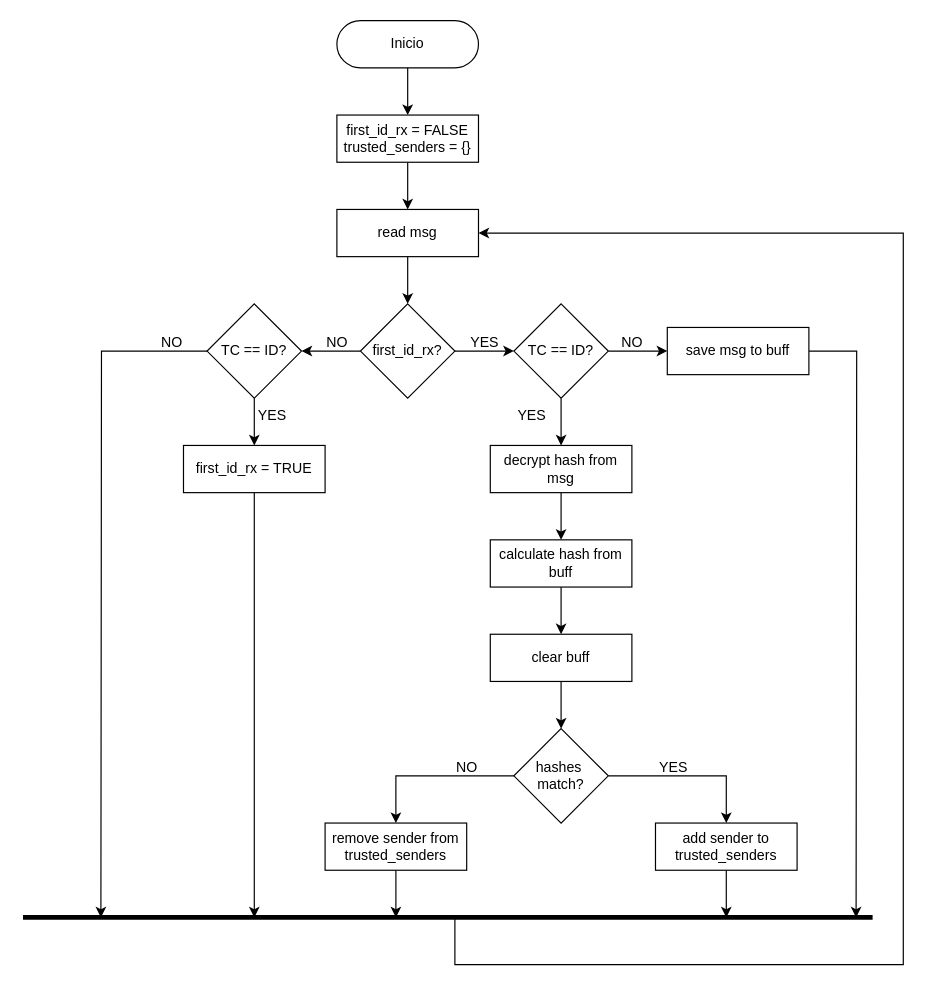
This is adsb-rx.drawio from fgonzalezd/ipa-adsb, a draw.io file, before an edit. Source tidied: cells renumbered, new cells numbered last; positions are measured from the earlier drawing's top-left corner, leaving out a move shared by most shapes. Both pictures are drawn from the tidied source at 118%, with x=0, y=0 at pixel (22, 20).
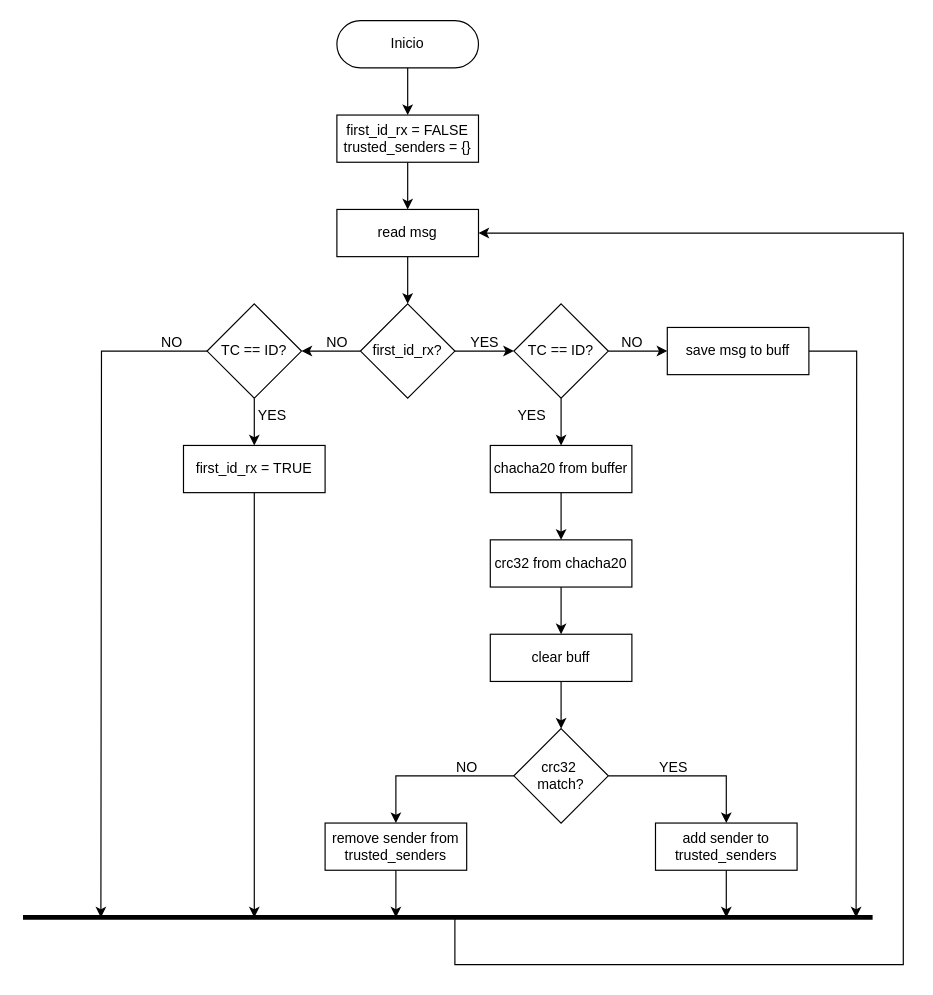
After the change.

What changed in the source:
```diff
@@
-    <mxCell id="30" value="decrypt hash from msg" style="whiteSpace=wrap;html=1;" parent="1" vertex="1">
+    <mxCell id="30" value="chacha20 from buffer" style="whiteSpace=wrap;html=1;" parent="1" vertex="1">
       <mxGeometry x="396" y="360" width="120" height="40" as="geometry" />
     </mxCell>
@@
-    <mxCell id="32" value="calculate hash from buff" style="whiteSpace=wrap;html=1;" parent="1" vertex="1">
+    <mxCell id="32" value="crc32 from chacha20" style="whiteSpace=wrap;html=1;" parent="1" vertex="1">
       <mxGeometry x="396" y="440" width="120" height="40" as="geometry" />
     </mxCell>
@@
-    <mxCell id="37" value="hashes&amp;nbsp;&lt;div&gt;match?&lt;/div&gt;" style="rhombus;whiteSpace=wrap;html=1;" parent="1" vertex="1">
+    <mxCell id="37" value="crc32&amp;nbsp;&lt;div&gt;match?&lt;/div&gt;" style="rhombus;whiteSpace=wrap;html=1;" parent="1" vertex="1">
       <mxGeometry x="416" y="600" width="80" height="80" as="geometry" />
     </mxCell>
```
